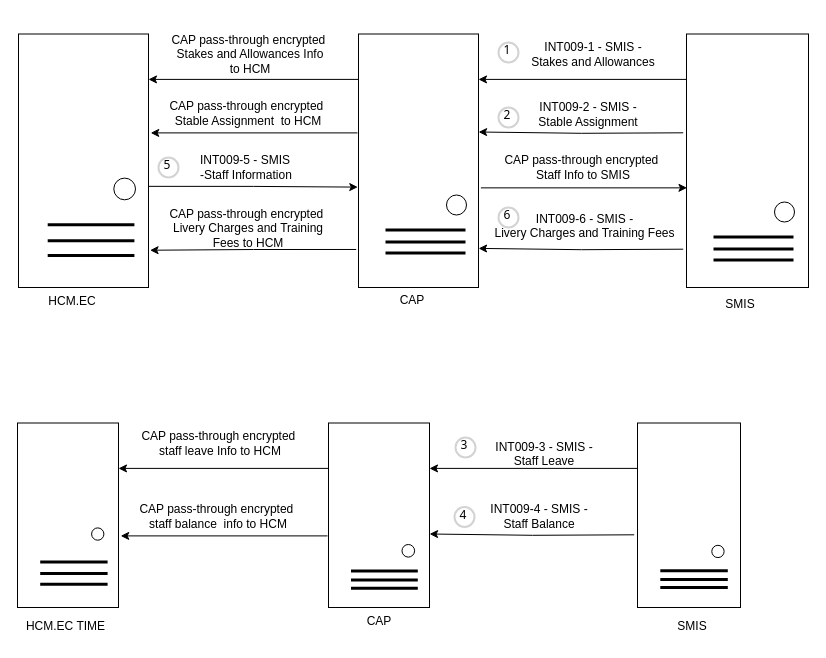
wsxad234/flowchart keeps this draw.io diagram as page "SMIS" (9 of 10) of Untitled Diagram.drawio. Above is the earlier version. Source tidied: cells renumbered, new cells numbered last; positions are measured from the earlier drawing's top-left corner, leaving out a move shared by most shapes. Both pictures are drawn from the tidied source at 100%, with x=0, y=0 at pixel (17, 17).
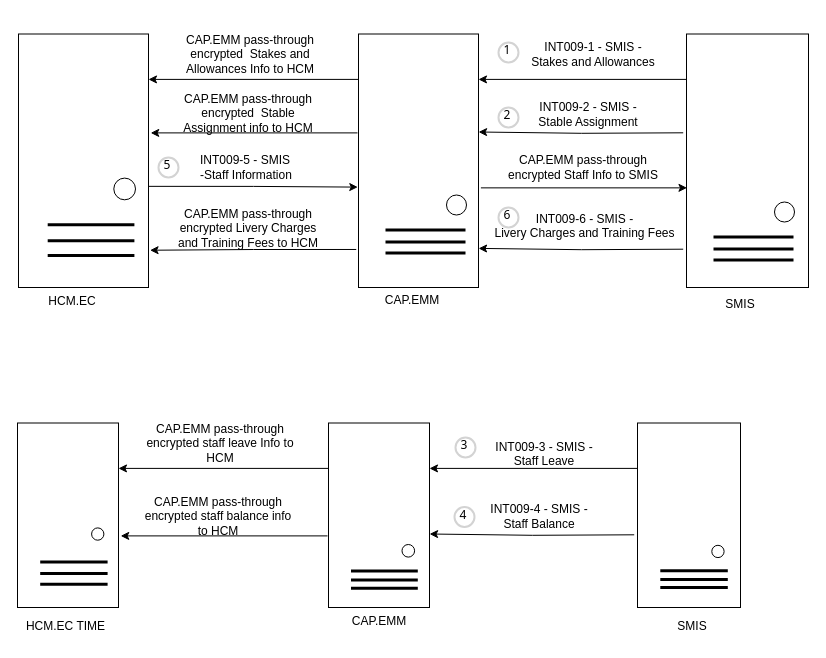
The same page after the edit.

Diff of the diagram source:
```diff
@@
-    <mxCell id="19" value="CAP" style="text;html=1;strokeColor=none;fillColor=none;align=center;verticalAlign=middle;whiteSpace=wrap;rounded=0;" parent="1" vertex="1">
+    <mxCell id="19" value="CAP.EMM" style="text;html=1;strokeColor=none;fillColor=none;align=center;verticalAlign=middle;whiteSpace=wrap;rounded=0;" parent="1" vertex="1">
       <mxGeometry x="365" y="267.5" width="60" height="30" as="geometry" />
     </mxCell>
@@
-    <mxCell id="23" value="CAP pass-through encrypted&amp;nbsp; Stakes and Allowances Info to HCM" style="text;html=1;strokeColor=none;fillColor=none;align=center;verticalAlign=middle;whiteSpace=wrap;rounded=0;" parent="1" vertex="1">
+    <mxCell id="23" value="CAP.EMM pass-through encrypted&amp;nbsp; Stakes and Allowances Info to HCM" style="text;html=1;strokeColor=none;fillColor=none;align=center;verticalAlign=middle;whiteSpace=wrap;rounded=0;" parent="1" vertex="1">
       <mxGeometry x="153" y="10.8" width="160" height="52.2" as="geometry" />
     </mxCell>
@@
-    <mxCell id="27" value="CAP pass-through encrypted&amp;nbsp; Stable Assignment&amp;nbsp; to HCM" style="text;html=1;strokeColor=none;fillColor=none;align=center;verticalAlign=middle;whiteSpace=wrap;rounded=0;" parent="1" vertex="1">
+    <mxCell id="27" value="CAP.EMM pass-through encrypted&amp;nbsp; Stable Assignment info to HCM" style="text;html=1;strokeColor=none;fillColor=none;align=center;verticalAlign=middle;whiteSpace=wrap;rounded=0;" parent="1" vertex="1">
       <mxGeometry x="151" y="69.4" width="160" height="52.2" as="geometry" />
     </mxCell>
@@
-    <mxCell id="37" value="CAP pass-through encrypted&amp;nbsp; Staff Info to SMIS" style="text;html=1;strokeColor=none;fillColor=none;align=center;verticalAlign=middle;whiteSpace=wrap;rounded=0;" parent="1" vertex="1">
+    <mxCell id="37" value="CAP.EMM pass-through encrypted Staff Info to SMIS" style="text;html=1;strokeColor=none;fillColor=none;align=center;verticalAlign=middle;whiteSpace=wrap;rounded=0;" parent="1" vertex="1">
       <mxGeometry x="486" y="123.9" width="160" height="52.2" as="geometry" />
     </mxCell>
@@
-    <mxCell id="40" value="CAP pass-through encrypted&amp;nbsp; Livery Charges and Training Fees&amp;nbsp;to HCM" style="text;html=1;strokeColor=none;fillColor=none;align=center;verticalAlign=middle;whiteSpace=wrap;rounded=0;" parent="1" vertex="1">
+    <mxCell id="40" value="CAP.EMM pass-through encrypted Livery Charges and Training Fees&amp;nbsp;to HCM" style="text;html=1;strokeColor=none;fillColor=none;align=center;verticalAlign=middle;whiteSpace=wrap;rounded=0;" parent="1" vertex="1">
       <mxGeometry x="151" y="184.5" width="160" height="52.2" as="geometry" />
     </mxCell>
@@
-    <mxCell id="48" value="CAP" style="text;html=1;strokeColor=none;fillColor=none;align=center;verticalAlign=middle;whiteSpace=wrap;rounded=0;" parent="1" vertex="1">
+    <mxCell id="48" value="CAP.EMM" style="text;html=1;strokeColor=none;fillColor=none;align=center;verticalAlign=middle;whiteSpace=wrap;rounded=0;" parent="1" vertex="1">
       <mxGeometry x="331.5" y="589" width="60" height="30" as="geometry" />
     </mxCell>
-    <mxCell id="49" value="CAP pass-through encrypted&amp;nbsp; staff leave Info to HCM" style="text;html=1;strokeColor=none;fillColor=none;align=center;verticalAlign=middle;whiteSpace=wrap;rounded=0;" parent="1" vertex="1">
+    <mxCell id="49" value="CAP.EMM pass-through encrypted staff leave Info to HCM" style="text;html=1;strokeColor=none;fillColor=none;align=center;verticalAlign=middle;whiteSpace=wrap;rounded=0;" parent="1" vertex="1">
       <mxGeometry x="123" y="399.8" width="160" height="52.2" as="geometry" />
     </mxCell>
@@
-    <mxCell id="51" value="CAP pass-through encrypted&amp;nbsp; staff balance&amp;nbsp; info to HCM" style="text;html=1;strokeColor=none;fillColor=none;align=center;verticalAlign=middle;whiteSpace=wrap;rounded=0;" parent="1" vertex="1">
+    <mxCell id="51" value="CAP.EMM pass-through encrypted staff balance info to HCM" style="text;html=1;strokeColor=none;fillColor=none;align=center;verticalAlign=middle;whiteSpace=wrap;rounded=0;" parent="1" vertex="1">
       <mxGeometry x="121" y="472.4" width="160" height="52.2" as="geometry" />
     </mxCell>
```
